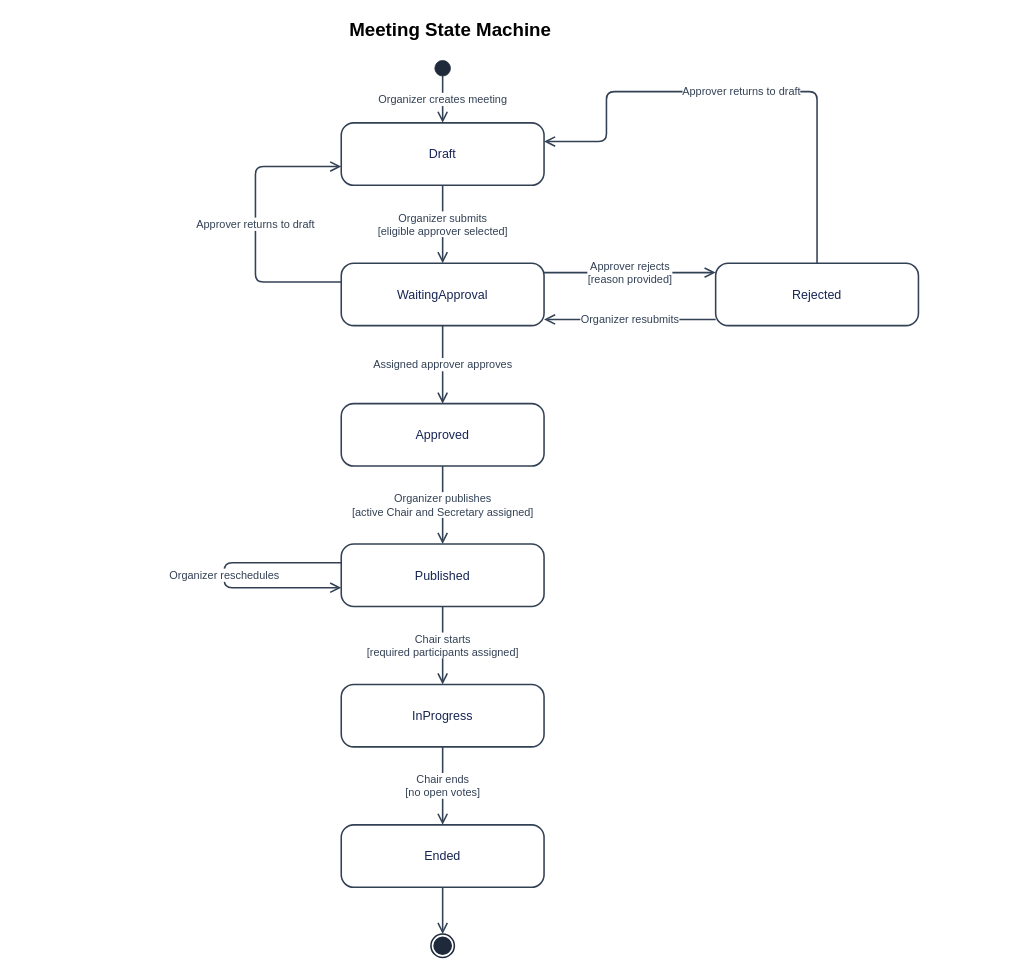
Above: docs/10-statemachine/SM-01_Meeting.drawio in callmehai/FU-FA26-G116 (draw.io), before the change. Source tidied: cells renumbered, new cells numbered last; positions are measured from the earlier drawing's top-left corner, leaving out a move shared by most shapes. Both pictures are drawn from the tidied source at 78%, with x=0, y=0 at pixel (13, 13).
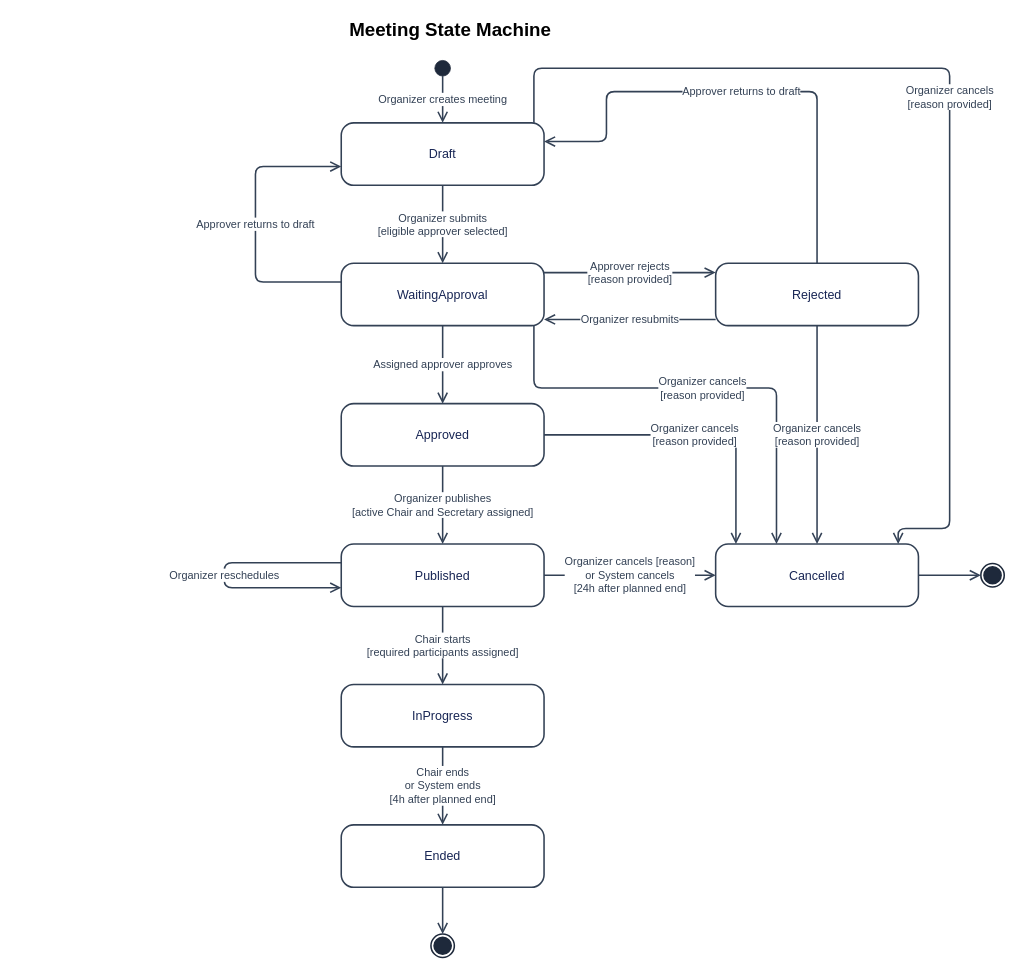
The same page after the edit.

The change refers to these unchanged cells:
```xml
<mxCell id="4" value="Draft" style="html=1;whiteSpace=wrap;fontFamily=Arial;fontSize=16;rounded=1;arcSize=20;fillColor=#ffffff;strokeColor=#334155;fontColor=#172554;strokeWidth=2;" parent="1" vertex="1">
  <mxGeometry x="420" y="140" width="260" height="80" as="geometry" />
</mxCell>
<mxCell id="5" value="WaitingApproval" style="html=1;whiteSpace=wrap;fontFamily=Arial;fontSize=16;rounded=1;arcSize=20;fillColor=#ffffff;strokeColor=#334155;fontColor=#172554;strokeWidth=2;" parent="1" vertex="1">
  <mxGeometry x="420" y="320" width="260" height="80" as="geometry" />
</mxCell>
<mxCell id="6" value="Approved" style="html=1;whiteSpace=wrap;fontFamily=Arial;fontSize=16;rounded=1;arcSize=20;fillColor=#ffffff;strokeColor=#334155;fontColor=#172554;strokeWidth=2;" parent="1" vertex="1">
  <mxGeometry x="420" y="500" width="260" height="80" as="geometry" />
</mxCell>
<mxCell id="7" value="Published" style="html=1;whiteSpace=wrap;fontFamily=Arial;fontSize=16;rounded=1;arcSize=20;fillColor=#ffffff;strokeColor=#334155;fontColor=#172554;strokeWidth=2;" parent="1" vertex="1">
  <mxGeometry x="420" y="680" width="260" height="80" as="geometry" />
</mxCell>
<mxCell id="8" value="InProgress" style="html=1;whiteSpace=wrap;fontFamily=Arial;fontSize=16;rounded=1;arcSize=20;fillColor=#ffffff;strokeColor=#334155;fontColor=#172554;strokeWidth=2;" parent="1" vertex="1">
  <mxGeometry x="420" y="860" width="260" height="80" as="geometry" />
</mxCell>
<mxCell id="9" value="Ended" style="html=1;whiteSpace=wrap;fontFamily=Arial;fontSize=16;rounded=1;arcSize=20;fillColor=#ffffff;strokeColor=#334155;fontColor=#172554;strokeWidth=2;" parent="1" vertex="1">
  <mxGeometry x="420" y="1040" width="260" height="80" as="geometry" />
</mxCell>
<mxCell id="10" value="Rejected" style="html=1;whiteSpace=wrap;fontFamily=Arial;fontSize=16;rounded=1;arcSize=20;fillColor=#ffffff;strokeColor=#334155;fontColor=#172554;strokeWidth=2;" parent="1" vertex="1">
  <mxGeometry x="900" y="320" width="260" height="80" as="geometry" />
</mxCell>
```

Diff of the diagram source:
```diff
@@
+    <mxCell id="24" value="Cancelled" style="html=1;whiteSpace=wrap;fontFamily=Arial;fontSize=16;rounded=1;arcSize=20;fillColor=#ffffff;strokeColor=#334155;fontColor=#172554;strokeWidth=2;" parent="1" vertex="1">
+      <mxGeometry x="900" y="680" width="260" height="80" as="geometry" />
+    </mxCell>
@@
-    <mxCell id="16" value="Chair ends&#10;[no open votes]" style="edgeStyle=orthogonalEdgeStyle;rounded=1;jettySize=auto;html=1;endArrow=open;endSize=10;strokeWidth=2;strokeColor=#334155;fontColor=#334155;fontFamily=Arial;fontSize=14;labelBackgroundColor=#ffffff;exitX=0.5;exitY=1;entryX=0.5;entryY=0;" parent="1" edge="1" source="8" target="9">
+    <mxCell id="16" value="Chair ends&#10;or System ends&#10;[4h after planned end]" style="edgeStyle=orthogonalEdgeStyle;rounded=1;jettySize=auto;html=1;endArrow=open;endSize=10;strokeWidth=2;strokeColor=#334155;fontColor=#334155;fontFamily=Arial;fontSize=14;labelBackgroundColor=#ffffff;exitX=0.5;exitY=1;entryX=0.5;entryY=0;" parent="1" edge="1" source="8" target="9">
       <mxGeometry relative="1" as="geometry" />
     </mxCell>
@@
+    <mxCell id="25" value="Organizer cancels&#10;[reason provided]" style="edgeStyle=orthogonalEdgeStyle;rounded=1;jettySize=auto;html=1;endArrow=open;endSize=10;strokeWidth=2;strokeColor=#334155;fontColor=#334155;fontFamily=Arial;fontSize=14;labelBackgroundColor=#ffffff;exitX=0.95;exitY=0;entryX=0.9;entryY=0;" parent="1" edge="1" source="4" target="24">
+      <mxGeometry relative="1" as="geometry">
+        <Array as="points">
+          <mxPoint x="667" y="70" />
+          <mxPoint x="1200" y="70" />
+          <mxPoint x="1200" y="660" />
+          <mxPoint x="1134" y="660" />
+        </Array>
+      </mxGeometry>
+    </mxCell>
+    <mxCell id="26" value="Organizer cancels&#10;[reason provided]" style="edgeStyle=orthogonalEdgeStyle;rounded=1;jettySize=auto;html=1;endArrow=open;endSize=10;strokeWidth=2;strokeColor=#334155;fontColor=#334155;fontFamily=Arial;fontSize=14;labelBackgroundColor=#ffffff;exitX=0.95;exitY=1;entryX=0.3;entryY=0;" parent="1" edge="1" source="5" target="24">
+      <mxGeometry relative="1" as="geometry">
+        <Array as="points">
+          <mxPoint x="667" y="480" />
+          <mxPoint x="978" y="480" />
+        </Array>
+      </mxGeometry>
+    </mxCell>
+    <mxCell id="27" value="Organizer cancels&#10;[reason provided]" style="edgeStyle=orthogonalEdgeStyle;rounded=1;jettySize=auto;html=1;endArrow=open;endSize=10;strokeWidth=2;strokeColor=#334155;fontColor=#334155;fontFamily=Arial;fontSize=14;labelBackgroundColor=#ffffff;exitX=0.5;exitY=1;entryX=0.5;entryY=0;" parent="1" edge="1" source="10" target="24">
+      <mxGeometry relative="1" as="geometry" />
+    </mxCell>
+    <mxCell id="28" value="Organizer cancels&#10;[reason provided]" style="edgeStyle=orthogonalEdgeStyle;rounded=1;jettySize=auto;html=1;endArrow=open;endSize=10;strokeWidth=2;strokeColor=#334155;fontColor=#334155;fontFamily=Arial;fontSize=14;labelBackgroundColor=#ffffff;exitX=1;exitY=0.5;entryX=0.1;entryY=0;" parent="1" edge="1" source="6" target="24">
+      <mxGeometry relative="1" as="geometry">
+        <Array as="points">
+          <mxPoint x="926" y="540" />
+        </Array>
+      </mxGeometry>
+    </mxCell>
+    <mxCell id="29" value="Organizer cancels [reason]&#10;or System cancels&#10;[24h after planned end]" style="edgeStyle=orthogonalEdgeStyle;rounded=1;jettySize=auto;html=1;endArrow=open;endSize=10;strokeWidth=2;strokeColor=#334155;fontColor=#334155;fontFamily=Arial;fontSize=14;labelBackgroundColor=#ffffff;exitX=1;exitY=0.5;entryX=0;entryY=0.5;" parent="1" edge="1" source="7" target="24">
+      <mxGeometry relative="1" as="geometry" />
+    </mxCell>
@@
+    <mxCell id="30" style="ellipse;html=1;shape=endState;fillColor=#1e293b;strokeColor=#1e293b;strokeWidth=2;" parent="1" vertex="1">
+      <mxGeometry x="1240" y="705" width="30" height="30" as="geometry" />
+    </mxCell>
+    <mxCell id="31" style="edgeStyle=orthogonalEdgeStyle;rounded=1;jettySize=auto;html=1;endArrow=open;endSize=10;strokeWidth=2;strokeColor=#334155;exitX=1;exitY=0.5;entryX=0;entryY=0.5;" parent="1" edge="1" source="24" target="30">
+      <mxGeometry relative="1" as="geometry" />
+    </mxCell>
```
